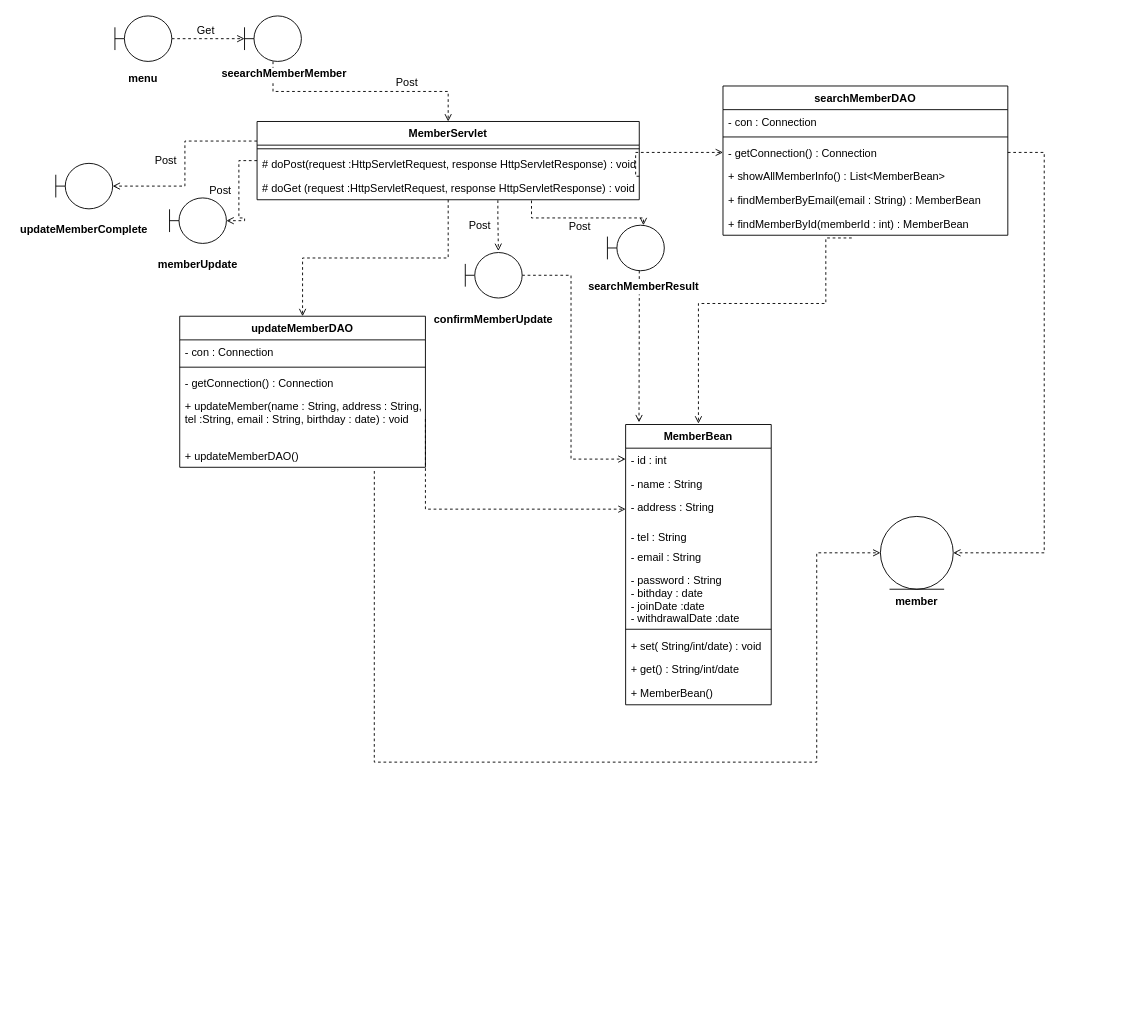
This is page "会員検索・更新" (3 of 3) of 開発演習ドキュメント/図書管理システム/成果物テンプレート/30_内部設計/クラス図/会員管理.drawio from LovesPython/LibraryManagementSystem, a draw.io file, before an edit. Source tidied: cells renumbered, new cells numbered last; positions are measured from the earlier drawing's top-left corner, leaving out a move shared by most shapes. Both pictures are drawn from the tidied source at 91%, with x=0, y=0 at pixel (15, 15).
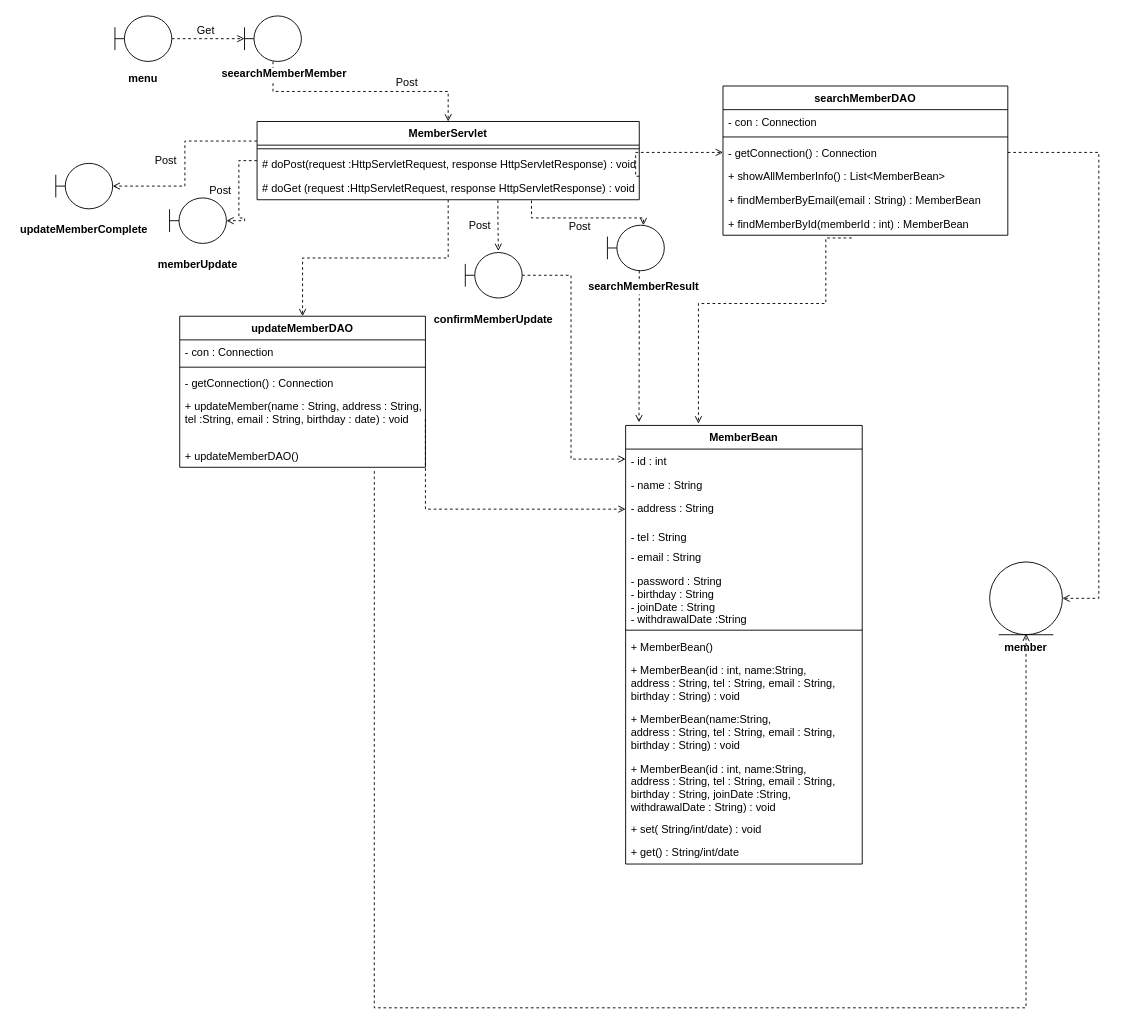
The same page after the edit.

The change refers to these unchanged cells:
```xml
<mxCell id="19" value="- getConnection() : Connection" style="text;strokeColor=none;fillColor=none;align=left;verticalAlign=top;spacingLeft=4;spacingRight=4;overflow=hidden;points=[[0,0.5],[1,0.5]];portConstraint=eastwest;" parent="16" vertex="1">
  <mxGeometry y="60" width="313" height="26" as="geometry" />
</mxCell>
<mxCell id="41" value="+ updateMemberDAO()" style="text;strokeColor=none;fillColor=none;align=left;verticalAlign=top;spacingLeft=4;spacingRight=4;overflow=hidden;points=[[0,0.5],[1,0.5]];portConstraint=eastwest;" parent="36" vertex="1">
  <mxGeometry y="140" width="270" height="26" as="geometry" />
</mxCell>
```

Diff of the diagram source:
```diff
@@
     <mxCell id="15" style="edgeStyle=orthogonalEdgeStyle;rounded=0;jettySize=auto;html=1;entryX=1;entryY=0.5;entryDx=0;entryDy=0;dashed=1;endArrow=open;endFill=0;exitX=1;exitY=0.5;exitDx=0;exitDy=0;" parent="1" edge="1" source="19" target="30">
       <mxGeometry relative="1" as="geometry">
         <Array as="points">
-          <mxPoint x="1130" y="150" />
-          <mxPoint x="1130" y="590" />
+          <mxPoint x="1190" y="150" />
+          <mxPoint x="1190" y="640" />
         </Array>
       </mxGeometry>
     </mxCell>
@@
     <mxCell id="30" style="ellipse;shape=umlEntity;whiteSpace=wrap;html=1;labelBackgroundColor=#ffffff;" parent="1" vertex="1">
-      <mxGeometry x="950" y="550" width="80" height="80" as="geometry" />
+      <mxGeometry x="1070" y="600" width="80" height="80" as="geometry" />
     </mxCell>
     <mxCell id="31" value="member" style="text;align=center;fontStyle=1;verticalAlign=middle;spacingLeft=3;spacingRight=3;strokeColor=none;points=[[0,0.5],[1,0.5]];portConstraint=eastwest;labelBackgroundColor=#ffffff;" parent="1" vertex="1">
-      <mxGeometry x="940" y="630" width="100" height="26" as="geometry" />
+      <mxGeometry x="1060" y="680" width="100" height="26" as="geometry" />
     </mxCell>
@@
-    <mxCell id="35" style="edgeStyle=orthogonalEdgeStyle;rounded=0;jettySize=auto;html=1;entryX=0;entryY=0.5;entryDx=0;entryDy=0;dashed=1;endArrow=open;endFill=0;exitX=0.792;exitY=1.158;exitDx=0;exitDy=0;exitPerimeter=0;" parent="1" edge="1" source="41" target="30">
+    <mxCell id="35" style="edgeStyle=orthogonalEdgeStyle;rounded=0;jettySize=auto;html=1;entryX=0.5;entryY=-0.038;entryDx=0;entryDy=0;dashed=1;endArrow=open;endFill=0;exitX=0.792;exitY=1.158;exitDx=0;exitDy=0;exitPerimeter=0;entryPerimeter=0;" parent="1" edge="1" source="41" target="31">
       <mxGeometry relative="1" as="geometry">
         <Array as="points">
-          <mxPoint x="394" y="820" />
-          <mxPoint x="880" y="820" />
-          <mxPoint x="880" y="590" />
+          <mxPoint x="394" y="1090" />
+          <mxPoint x="1110" y="1090" />
         </Array>
       </mxGeometry>
     </mxCell>
@@
+    <mxCell id="58" value="Post" style="text;html=1;strokeColor=none;fillColor=none;align=center;verticalAlign=middle;whiteSpace=wrap;rounded=0;" parent="1" vertex="1">
+      <mxGeometry x="410" y="63" width="40" height="20" as="geometry" />
+    </mxCell>
+    <mxCell id="59" value="Get" style="text;html=1;strokeColor=none;fillColor=none;align=center;verticalAlign=middle;whiteSpace=wrap;rounded=0;" parent="1" vertex="1">
+      <mxGeometry x="189.2" y="6" width="40" height="20" as="geometry" />
+    </mxCell>
+    <mxCell id="60" value="Post" style="text;html=1;strokeColor=none;fillColor=none;align=center;verticalAlign=middle;whiteSpace=wrap;rounded=0;" parent="1" vertex="1">
+      <mxGeometry x="145" y="149" width="40" height="20" as="geometry" />
+    </mxCell>
+    <mxCell id="61" value="Post" style="text;html=1;strokeColor=none;fillColor=none;align=center;verticalAlign=middle;whiteSpace=wrap;rounded=0;" parent="1" vertex="1">
+      <mxGeometry x="490" y="221" width="40" height="20" as="geometry" />
+    </mxCell>
+    <mxCell id="62" value="Post" style="text;html=1;strokeColor=none;fillColor=none;align=center;verticalAlign=middle;whiteSpace=wrap;rounded=0;" parent="1" vertex="1">
+      <mxGeometry x="600" y="222" width="40" height="20" as="geometry" />
+    </mxCell>
+    <mxCell id="63" value="Post" style="text;html=1;strokeColor=none;fillColor=none;align=center;verticalAlign=middle;whiteSpace=wrap;rounded=0;" parent="1" vertex="1">
+      <mxGeometry x="205.2" y="182" width="40" height="20" as="geometry" />
+    </mxCell>
     <mxCell id="47" value="MemberBean" style="swimlane;fontStyle=1;align=center;verticalAlign=top;horizontal=1;startSize=26;labelBackgroundColor=#ffffff;" parent="1" vertex="1">
-      <mxGeometry x="670" y="449" width="160" height="308" as="geometry" />
+      <mxGeometry x="670" y="450" width="260" height="482" as="geometry" />
     </mxCell>
     <mxCell id="48" value="- id : int" style="text;strokeColor=none;fillColor=none;align=left;verticalAlign=top;spacingLeft=4;spacingRight=4;overflow=hidden;" parent="47" vertex="1">
-      <mxGeometry y="26" width="160" height="26" as="geometry" />
+      <mxGeometry y="26" width="260" height="26" as="geometry" />
     </mxCell>
     <mxCell id="49" value="- name : String" style="text;strokeColor=none;fillColor=none;align=left;verticalAlign=top;spacingLeft=4;spacingRight=4;overflow=hidden;" parent="47" vertex="1">
-      <mxGeometry y="52" width="160" height="26" as="geometry" />
+      <mxGeometry y="52" width="260" height="26" as="geometry" />
     </mxCell>
     <mxCell id="50" value="- address : String" style="text;strokeColor=none;fillColor=none;align=left;verticalAlign=top;spacingLeft=4;spacingRight=4;overflow=hidden;" parent="47" vertex="1">
-      <mxGeometry y="78" width="160" height="32" as="geometry" />
+      <mxGeometry y="78" width="260" height="32" as="geometry" />
     </mxCell>
     <mxCell id="51" value="- tel : String" style="text;strokeColor=none;fillColor=none;align=left;verticalAlign=top;spacingLeft=4;spacingRight=4;overflow=hidden;" parent="47" vertex="1">
-      <mxGeometry y="110" width="160" height="22" as="geometry" />
+      <mxGeometry y="110" width="260" height="22" as="geometry" />
     </mxCell>
     <mxCell id="52" value="- email : String" style="text;strokeColor=none;fillColor=none;align=left;verticalAlign=top;spacingLeft=4;spacingRight=4;overflow=hidden;" parent="47" vertex="1">
-      <mxGeometry y="132" width="160" height="26" as="geometry" />
+      <mxGeometry y="132" width="260" height="26" as="geometry" />
     </mxCell>
-    <mxCell id="53" value="- password : String&#10;- bithday : date&#10;- joinDate :date&#10;- withdrawalDate :date" style="text;strokeColor=none;fillColor=none;align=left;verticalAlign=top;spacingLeft=4;spacingRight=4;overflow=hidden;" parent="47" vertex="1">
-      <mxGeometry y="158" width="160" height="62" as="geometry" />
-    </mxCell>
-    <mxCell id="54" style="line;strokeWidth=1;fillColor=none;align=left;verticalAlign=middle;spacingTop=-1;spacingLeft=3;spacingRight=3;labelPosition=right;" parent="47" vertex="1">
-      <mxGeometry y="220" width="160" height="10" as="geometry" />
-    </mxCell>
+    <mxCell id="64" value="- password : String&#10;- birthday : String&#10;- joinDate : String&#10;- withdrawalDate :String" style="text;strokeColor=none;fillColor=none;align=left;verticalAlign=top;spacingLeft=4;spacingRight=4;overflow=hidden;" parent="47" vertex="1">
+      <mxGeometry y="158" width="260" height="62" as="geometry" />
+    </mxCell>
+    <mxCell id="65" style="line;strokeWidth=1;fillColor=none;align=left;verticalAlign=middle;spacingTop=-1;spacingLeft=3;spacingRight=3;labelPosition=right;" parent="47" vertex="1">
+      <mxGeometry y="220" width="260" height="10" as="geometry" />
+    </mxCell>
+    <mxCell id="57" value="+ MemberBean()" style="text;strokeColor=none;fillColor=none;align=left;verticalAlign=top;spacingLeft=4;spacingRight=4;overflow=hidden;" parent="47" vertex="1">
+      <mxGeometry y="230" width="260" height="26" as="geometry" />
+    </mxCell>
+    <mxCell id="66" value="+ MemberBean(id : int, name:String,&#10;address : String, tel : String, email : String, &#10;birthday : String) : void" style="text;strokeColor=none;fillColor=none;align=left;verticalAlign=top;spacingLeft=4;spacingRight=4;overflow=hidden;" parent="47" vertex="1">
+      <mxGeometry y="256" width="260" height="54" as="geometry" />
+    </mxCell>
+    <mxCell id="67" value="+ MemberBean(name:String,&#10;address : String, tel : String, email : String, &#10;birthday : String) : void" style="text;strokeColor=none;fillColor=none;align=left;verticalAlign=top;spacingLeft=4;spacingRight=4;overflow=hidden;" parent="47" vertex="1">
+      <mxGeometry y="310" width="260" height="54" as="geometry" />
+    </mxCell>
+    <mxCell id="68" value="+ MemberBean(id : int, name:String,&#10;address : String, tel : String, email : String, &#10;birthday : String, joinDate :String,&#10;withdrawalDate : String) : void" style="text;strokeColor=none;fillColor=none;align=left;verticalAlign=top;spacingLeft=4;spacingRight=4;overflow=hidden;" parent="47" vertex="1">
+      <mxGeometry y="364" width="260" height="66" as="geometry" />
+    </mxCell>
     <mxCell id="55" value="+ set( String/int/date) : void" style="text;strokeColor=none;fillColor=none;align=left;verticalAlign=top;spacingLeft=4;spacingRight=4;overflow=hidden;" parent="47" vertex="1">
-      <mxGeometry y="230" width="160" height="26" as="geometry" />
+      <mxGeometry y="430" width="260" height="26" as="geometry" />
     </mxCell>
     <mxCell id="56" value="+ get() : String/int/date" style="text;strokeColor=none;fillColor=none;align=left;verticalAlign=top;spacingLeft=4;spacingRight=4;overflow=hidden;" parent="47" vertex="1">
-      <mxGeometry y="256" width="160" height="26" as="geometry" />
+      <mxGeometry y="456" width="260" height="26" as="geometry" />
     </mxCell>
-    <mxCell id="57" value="+ MemberBean()" style="text;strokeColor=none;fillColor=none;align=left;verticalAlign=top;spacingLeft=4;spacingRight=4;overflow=hidden;" parent="47" vertex="1">
-      <mxGeometry y="282" width="160" height="26" as="geometry" />
-    </mxCell>
-    <mxCell id="58" value="Post" style="text;html=1;strokeColor=none;fillColor=none;align=center;verticalAlign=middle;whiteSpace=wrap;rounded=0;" parent="1" vertex="1">
-      <mxGeometry x="410" y="63" width="40" height="20" as="geometry" />
-    </mxCell>
-    <mxCell id="59" value="Get" style="text;html=1;strokeColor=none;fillColor=none;align=center;verticalAlign=middle;whiteSpace=wrap;rounded=0;" parent="1" vertex="1">
-      <mxGeometry x="189.2" y="6" width="40" height="20" as="geometry" />
-    </mxCell>
-    <mxCell id="60" value="Post" style="text;html=1;strokeColor=none;fillColor=none;align=center;verticalAlign=middle;whiteSpace=wrap;rounded=0;" parent="1" vertex="1">
-      <mxGeometry x="145" y="149" width="40" height="20" as="geometry" />
-    </mxCell>
-    <mxCell id="61" value="Post" style="text;html=1;strokeColor=none;fillColor=none;align=center;verticalAlign=middle;whiteSpace=wrap;rounded=0;" parent="1" vertex="1">
-      <mxGeometry x="490" y="221" width="40" height="20" as="geometry" />
-    </mxCell>
-    <mxCell id="62" value="Post" style="text;html=1;strokeColor=none;fillColor=none;align=center;verticalAlign=middle;whiteSpace=wrap;rounded=0;" parent="1" vertex="1">
-      <mxGeometry x="600" y="222" width="40" height="20" as="geometry" />
-    </mxCell>
-    <mxCell id="63" value="Post" style="text;html=1;strokeColor=none;fillColor=none;align=center;verticalAlign=middle;whiteSpace=wrap;rounded=0;" parent="1" vertex="1">
-      <mxGeometry x="205.2" y="182" width="40" height="20" as="geometry" />
-    </mxCell>
```
